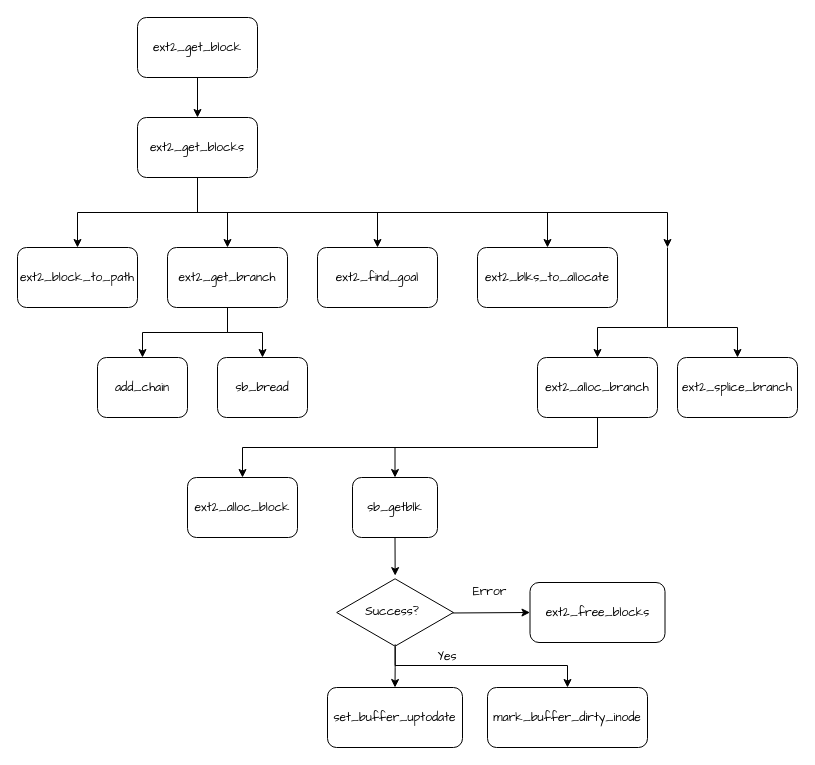
Above: ext2_get_block.drawio in yoeelingBin/learngit (draw.io), before the change. Source tidied: cells renumbered, new cells numbered last; positions are measured from the earlier drawing's top-left corner, leaving out a move shared by most shapes. Both pictures are drawn from the tidied source at 100%, with x=0, y=0 at pixel (17, 17).
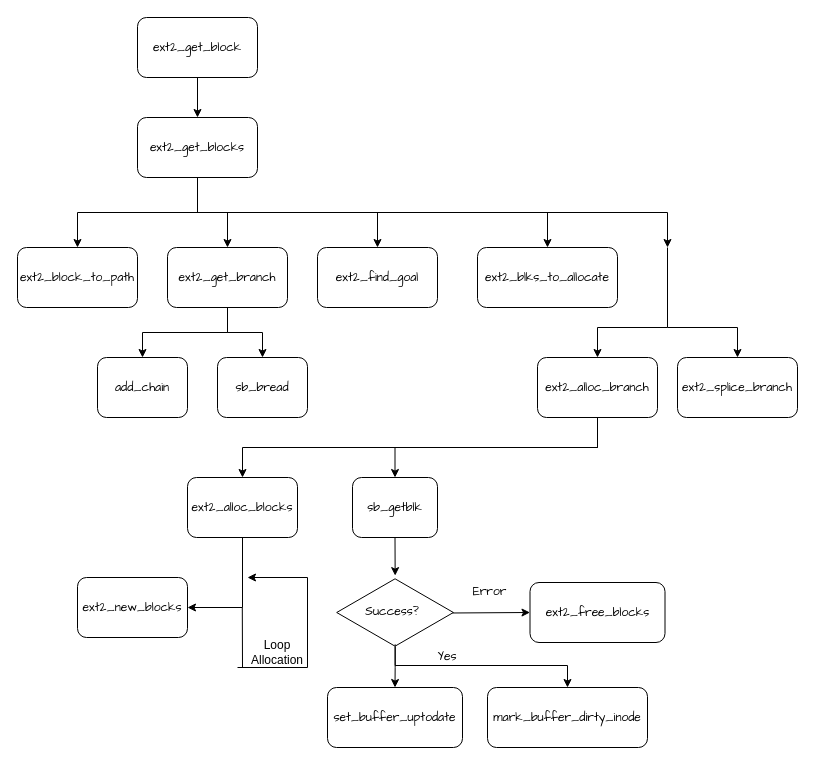
The same page after the edit.

What changed in the source:
```diff
@@
-    <mxCell id="22" value="&lt;font face=&quot;Comic Sans MS&quot;&gt;ext2_alloc_block&lt;/font&gt;" style="rounded=1;whiteSpace=wrap;html=1;" parent="1" vertex="1">
+    <mxCell id="22" value="&lt;font face=&quot;Comic Sans MS&quot;&gt;ext2_alloc_blocks&lt;/font&gt;" style="rounded=1;whiteSpace=wrap;html=1;" parent="1" vertex="1">
       <mxGeometry x="170" y="460" width="110" height="60" as="geometry" />
     </mxCell>
@@
+    <mxCell id="36" value="&lt;font face=&quot;Comic Sans MS&quot;&gt;ext2_new_blocks&lt;/font&gt;" style="rounded=1;whiteSpace=wrap;html=1;" parent="1" vertex="1">
+      <mxGeometry x="60" y="560" width="110" height="60" as="geometry" />
+    </mxCell>
+    <mxCell id="37" style="edgeStyle=elbowEdgeStyle;elbow=vertical;endArrow=classic;html=1;rounded=0;exitX=0.5;exitY=1;exitDx=0;exitDy=0;entryX=1;entryY=0.5;entryDx=0;entryDy=0;" parent="1" edge="1" source="22" target="36">
+      <mxGeometry relative="1" as="geometry">
+        <Array as="points">
+          <mxPoint x="210" y="590" />
+        </Array>
+      </mxGeometry>
+    </mxCell>
+    <mxCell id="38" style="endArrow=none;html=1;rounded=0;" parent="1" edge="1">
+      <mxGeometry relative="1" as="geometry">
+        <mxPoint x="225" y="650" as="sourcePoint" />
+        <mxPoint x="224.8" y="590" as="targetPoint" />
+      </mxGeometry>
+    </mxCell>
+    <mxCell id="39" style="edgeStyle=elbowEdgeStyle;elbow=horizontal;endArrow=classic;html=1;rounded=0;" parent="1" edge="1">
+      <mxGeometry relative="1" as="geometry">
+        <mxPoint x="220" y="650" as="sourcePoint" />
+        <mxPoint x="230" y="560" as="targetPoint" />
+        <Array as="points">
+          <mxPoint x="290" y="620" />
+        </Array>
+      </mxGeometry>
+    </mxCell>
+    <mxCell id="40" value="Loop Allocation" style="text;html=1;strokeColor=none;fillColor=none;align=center;verticalAlign=middle;whiteSpace=wrap;rounded=0;" parent="1" vertex="1">
+      <mxGeometry x="230" y="620" width="60" height="30" as="geometry" />
+    </mxCell>
```
